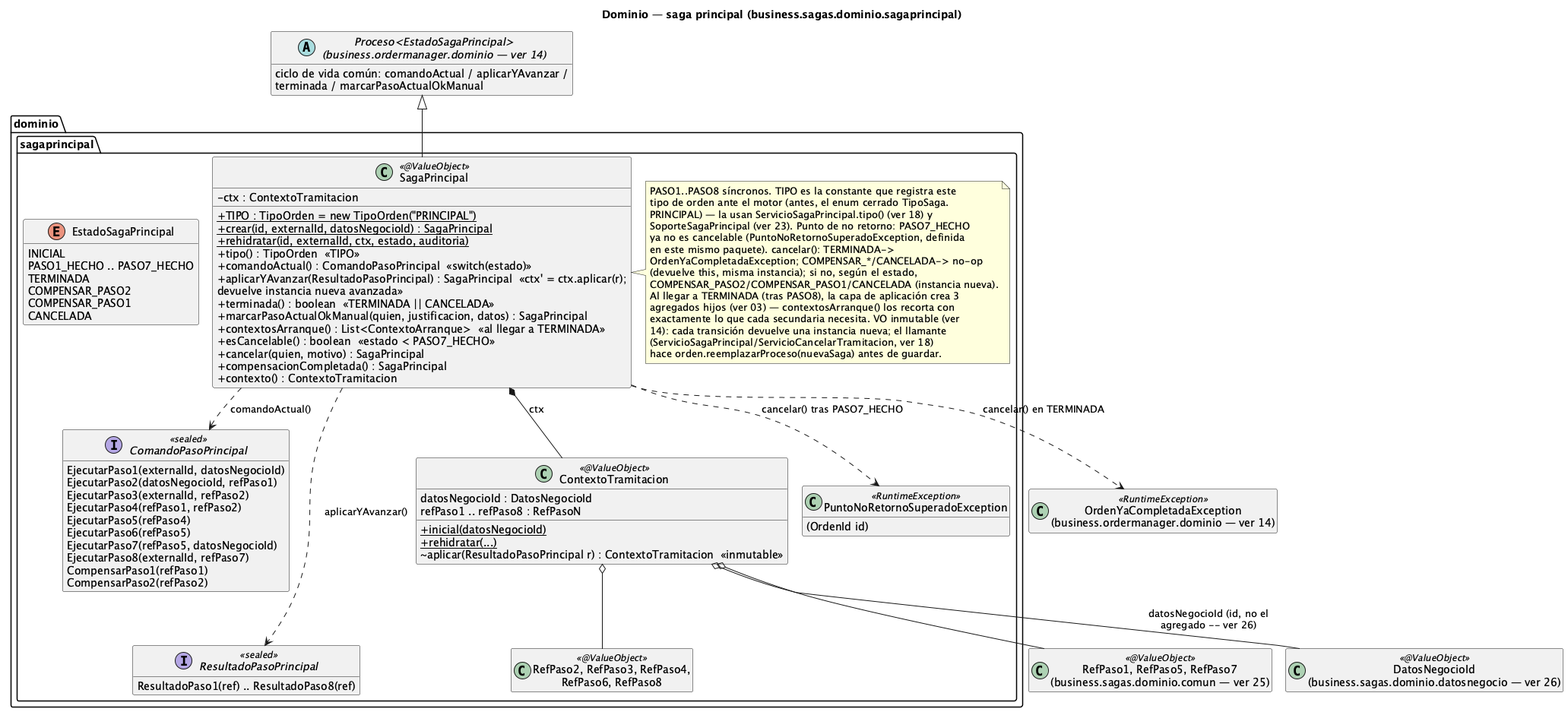
Earlier version of the PlantUML export order-manager/docs/15-clases-dominio-saga-principal.png (ralcazar/patrones).
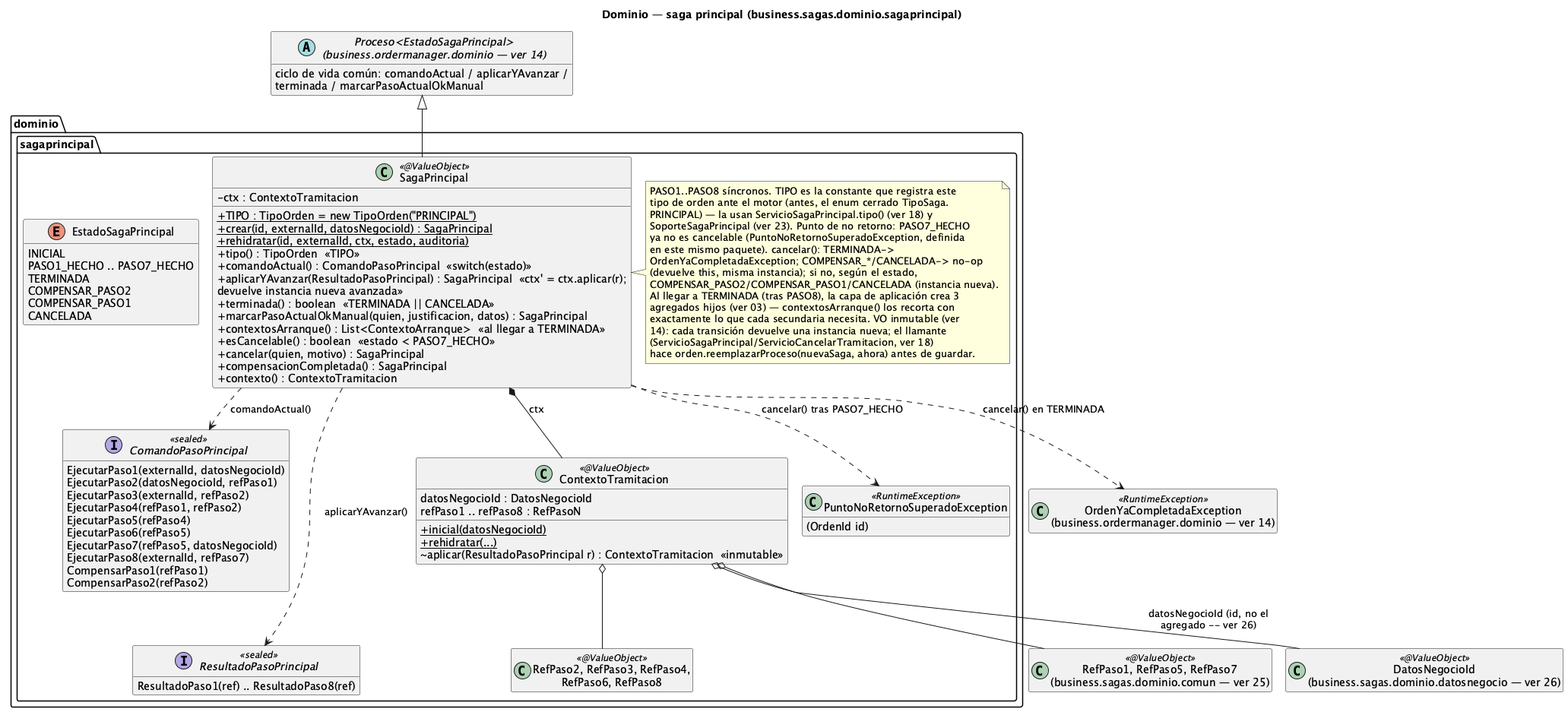
After the commit.

What changed in the source:
```diff
@@ -41,7 +41,7 @@
     exactamente lo que cada secundaria necesita. VO inmutable (ver
     14): cada transición devuelve una instancia nueva; el llamante
     (ServicioSagaPrincipal/ServicioCancelarTramitacion, ver 18)
-    hace orden.reemplazarProceso(nuevaSaga) antes de guardar.
+    hace orden.reemplazarProceso(nuevaSaga, ahora) antes de guardar.
   end note
 
   enum EstadoSagaPrincipal {
```
